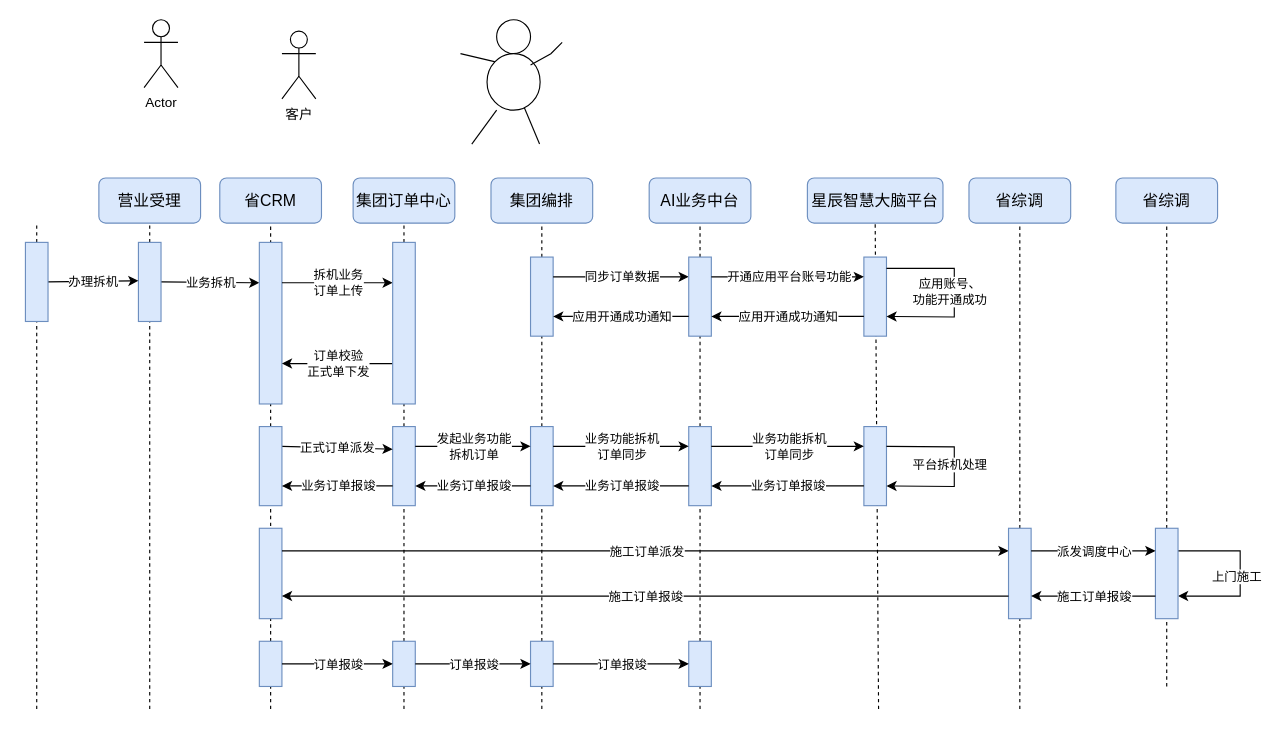
Before: 星辰智慧大脑拆机流程.drawio in JQLIANG77/drowio, a draw.io diagram. Source tidied: cells renumbered, new cells numbered last; positions are measured from the earlier drawing's top-left corner, leaving out a move shared by most shapes. Both pictures are drawn from the tidied source at 113%, with x=0, y=0 at pixel (25, 19).
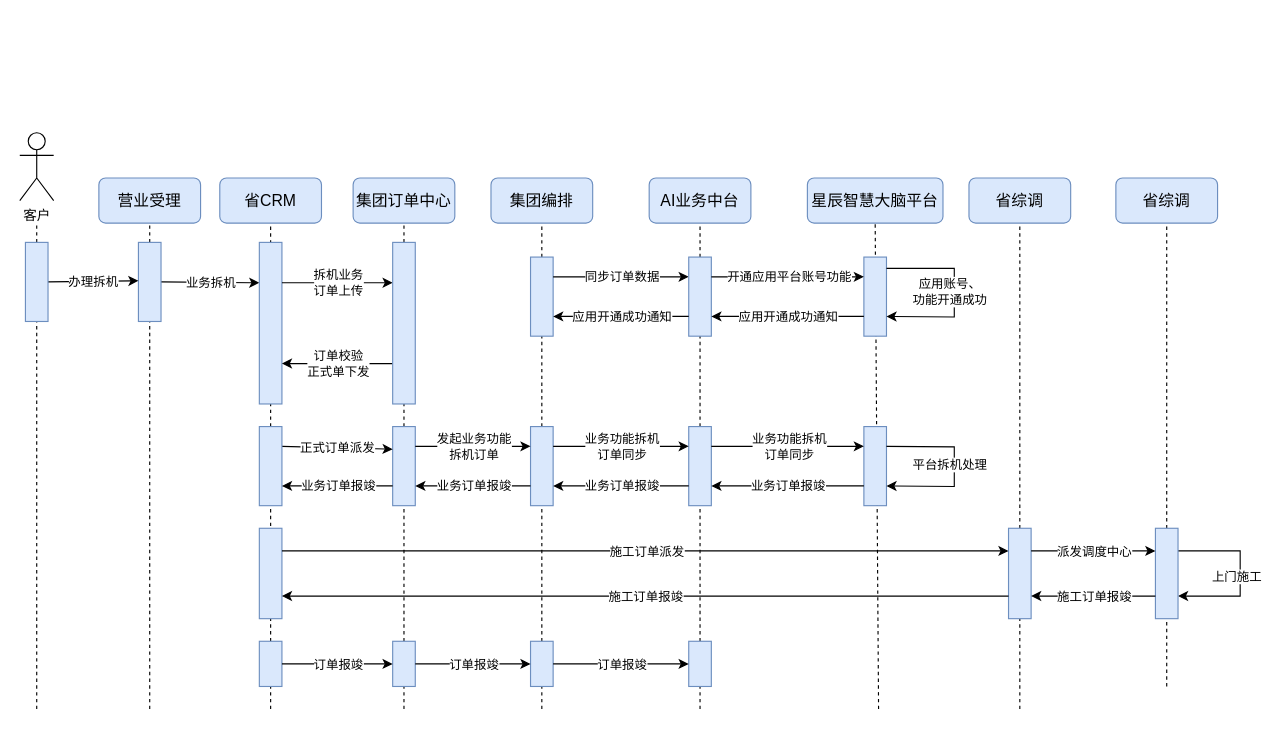
After the change.

Commit message:
更新星辰智慧大脑拆机流程.drawio

Diff of the diagram source:
```diff
@@
-    <mxCell id="41" value="客户" style="shape=umlActor;verticalLabelPosition=bottom;verticalAlign=top;html=1;" parent="1" vertex="1">
-      <mxGeometry x="227" y="10" width="30" height="60" as="geometry" />
-    </mxCell>
@@
-    <mxCell id="92" value="Actor" style="shape=umlActor;verticalLabelPosition=bottom;verticalAlign=top;html=1;" parent="1" vertex="1">
-      <mxGeometry x="105" width="30" height="60" as="geometry" />
-    </mxCell>
-    <mxCell id="93" style="ellipse;whiteSpace=wrap;html=1;" parent="1" vertex="1">
-      <mxGeometry x="417" width="30" height="30" as="geometry" />
-    </mxCell>
-    <mxCell id="94" style="ellipse;whiteSpace=wrap;html=1;" parent="1" vertex="1">
-      <mxGeometry x="408.5" y="30" width="47" height="50" as="geometry" />
-    </mxCell>
-    <mxCell id="95" style="endArrow=none;html=1;rounded=0;" parent="1" edge="1">
-      <mxGeometry relative="1" as="geometry">
-        <mxPoint x="447" y="40" as="sourcePoint" />
-        <mxPoint x="465" y="30" as="targetPoint" />
-        <Array as="points">
-          <mxPoint x="465" y="30" />
-          <mxPoint x="475" y="20" />
-        </Array>
-      </mxGeometry>
-    </mxCell>
-    <mxCell id="96" style="endArrow=none;html=1;rounded=0;entryX=0;entryY=0;entryDx=0;entryDy=0;" parent="1" edge="1" target="94">
-      <mxGeometry relative="1" as="geometry">
-        <mxPoint x="415" y="37" as="sourcePoint" />
-        <Array as="points">
-          <mxPoint x="385" y="30" />
-        </Array>
-      </mxGeometry>
-    </mxCell>
-    <mxCell id="97" style="endArrow=none;html=1;rounded=0;" parent="1" edge="1">
-      <mxGeometry relative="1" as="geometry">
-        <mxPoint x="395" y="110" as="sourcePoint" />
-        <mxPoint x="417" y="80" as="targetPoint" />
-      </mxGeometry>
-    </mxCell>
-    <mxCell id="98" style="endArrow=none;html=1;rounded=0;" parent="1" edge="1" target="94">
-      <mxGeometry relative="1" as="geometry">
-        <mxPoint x="455" y="110" as="sourcePoint" />
-      </mxGeometry>
-    </mxCell>
@@
+    <mxCell id="41" value="客户" style="shape=umlActor;verticalLabelPosition=bottom;verticalAlign=top;html=1;" parent="1" vertex="1">
+      <mxGeometry x="-5" y="100" width="30" height="60" as="geometry" />
+    </mxCell>
```
